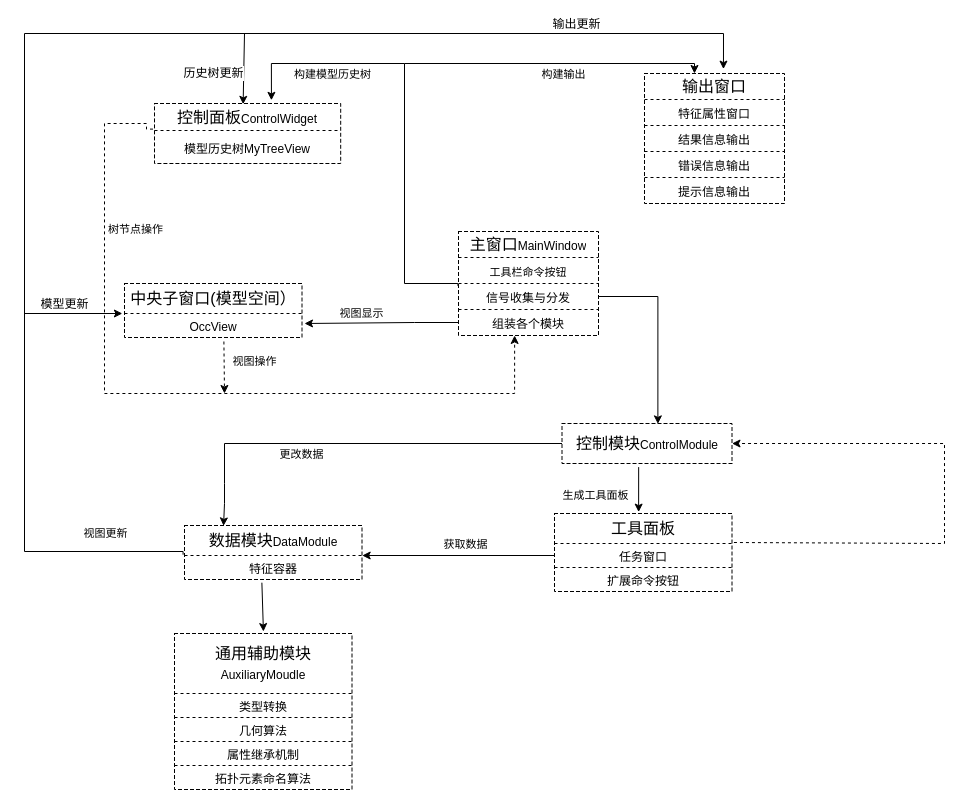
Above: mvc详解架构.drawio in liuhuliuhu123/First-test (draw.io), before the change. Source tidied: cells renumbered, new cells numbered last; positions are measured from the earlier drawing's top-left corner, leaving out a move shared by most shapes. Both pictures are drawn from the tidied source at 100%, with x=0, y=0 at pixel (24, 33).
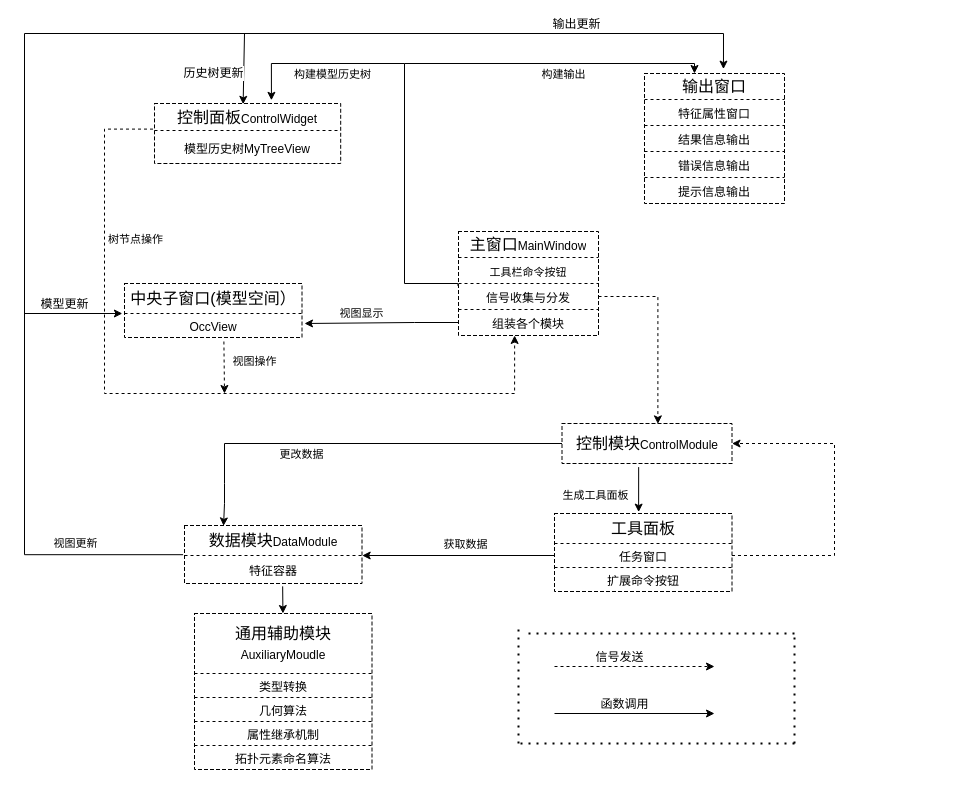
The same diagram, later.

Commit message:
更新mvc详解架构.drawio

Unchanged cells that the change refers to:
```xml
<mxCell id="29" style="shape=tableRow;horizontal=0;startSize=0;swimlaneHead=0;swimlaneBody=0;strokeColor=inherit;top=0;left=0;bottom=0;right=0;fillColor=none;points=[[0,0.5],[1,0.5]];portConstraint=eastwest;fontSize=16;" parent="28" vertex="1">
  <mxGeometry width="140" height="26" as="geometry" />
</mxCell>
<mxCell id="44" style="shape=tableRow;horizontal=0;startSize=0;swimlaneHead=0;swimlaneBody=0;strokeColor=inherit;top=0;left=0;bottom=0;right=0;fillColor=none;points=[[0,0.5],[1,0.5]];portConstraint=eastwest;fontSize=16;" parent="39" vertex="1">
  <mxGeometry y="52" width="140" height="26" as="geometry" />
</mxCell>
<mxCell id="46" style="shape=tableRow;horizontal=0;startSize=0;swimlaneHead=0;swimlaneBody=0;strokeColor=inherit;top=0;left=0;bottom=0;right=0;fillColor=none;points=[[0,0.5],[1,0.5]];portConstraint=eastwest;fontSize=16;" parent="39" vertex="1">
  <mxGeometry y="78" width="140" height="26" as="geometry" />
</mxCell>
<mxCell id="49" style="shape=tableRow;horizontal=0;startSize=0;swimlaneHead=0;swimlaneBody=0;strokeColor=inherit;top=0;left=0;bottom=0;right=0;fillColor=none;points=[[0,0.5],[1,0.5]];portConstraint=eastwest;fontSize=16;" parent="48" vertex="1">
  <mxGeometry width="177.5" height="60" as="geometry" />
</mxCell>
<mxCell id="60" style="shape=tableRow;horizontal=0;startSize=0;swimlaneHead=0;swimlaneBody=0;strokeColor=inherit;top=0;left=0;bottom=0;right=0;fillColor=none;points=[[0,0.5],[1,0.5]];portConstraint=eastwest;fontSize=16;" parent="59" vertex="1">
  <mxGeometry width="177.5" height="30" as="geometry" />
</mxCell>
<mxCell id="62" style="shape=tableRow;horizontal=0;startSize=0;swimlaneHead=0;swimlaneBody=0;strokeColor=inherit;top=0;left=0;bottom=0;right=0;fillColor=none;points=[[0,0.5],[1,0.5]];portConstraint=eastwest;fontSize=16;" parent="59" vertex="1">
  <mxGeometry y="30" width="177.5" height="24" as="geometry" />
</mxCell>
<mxCell id="74" style="shape=tableRow;horizontal=0;startSize=0;swimlaneHead=0;swimlaneBody=0;strokeColor=inherit;top=0;left=0;bottom=0;right=0;fillColor=none;points=[[0,0.5],[1,0.5]];portConstraint=eastwest;fontSize=16;" parent="71" vertex="1">
  <mxGeometry y="27" width="186.2" height="33" as="geometry" />
</mxCell>
<mxCell id="77" style="shape=tableRow;horizontal=0;startSize=0;swimlaneHead=0;swimlaneBody=0;strokeColor=inherit;top=0;left=0;bottom=0;right=0;fillColor=none;points=[[0,0.5],[1,0.5]];portConstraint=eastwest;fontSize=16;" parent="76" vertex="1">
  <mxGeometry width="177.5" height="30" as="geometry" />
</mxCell>
<mxCell id="82" style="shape=tableRow;horizontal=0;startSize=0;swimlaneHead=0;swimlaneBody=0;strokeColor=inherit;top=0;left=0;bottom=0;right=0;fillColor=none;points=[[0,0.5],[1,0.5]];portConstraint=eastwest;fontSize=16;" parent="81" vertex="1">
  <mxGeometry width="170" height="40" as="geometry" />
</mxCell>
```

The edit, as a diff of the source:
```diff
@@
-    <mxCell id="2" style="endArrow=classic;html=1;rounded=0;exitX=0.436;exitY=1.133;exitDx=0;exitDy=0;entryX=0.501;entryY=-0.033;entryDx=0;entryDy=0;entryPerimeter=0;exitPerimeter=0;" parent="1" edge="1" source="79" target="49">
-      <mxGeometry relative="1" as="geometry" />
-    </mxCell>
@@
     <mxCell id="9" style="endArrow=classic;html=1;rounded=0;edgeStyle=orthogonalEdgeStyle;dashed=1;entryX=0.401;entryY=1;entryDx=0;entryDy=0;entryPerimeter=0;exitX=-0.008;exitY=-0.042;exitDx=0;exitDy=0;exitPerimeter=0;" parent="1" edge="1" source="74" target="46">
       <mxGeometry relative="1" as="geometry">
         <Array as="points">
-          <mxPoint x="122" y="90" />
-          <mxPoint x="80" y="90" />
+          <mxPoint x="80" y="96" />
           <mxPoint x="80" y="360" />
           <mxPoint x="490" y="360" />
         </Array>
       </mxGeometry>
     </mxCell>
@@
-    <mxCell id="13" style="endArrow=classic;html=1;rounded=0;exitX=1;exitY=0.5;exitDx=0;exitDy=0;entryX=0.564;entryY=0.01;entryDx=0;entryDy=0;edgeStyle=orthogonalEdgeStyle;entryPerimeter=0;" parent="1" edge="1" source="44" target="82">
+    <mxCell id="13" style="endArrow=classic;html=1;rounded=0;exitX=1;exitY=0.5;exitDx=0;exitDy=0;entryX=0.564;entryY=0.01;entryDx=0;entryDy=0;edgeStyle=orthogonalEdgeStyle;entryPerimeter=0;dashed=1;" parent="1" edge="1" source="44" target="82">
       <mxGeometry relative="1" as="geometry" />
     </mxCell>
@@
-    <mxCell id="18" style="endArrow=classic;html=1;rounded=0;exitX=1.011;exitY=0.967;exitDx=0;exitDy=0;entryX=1;entryY=0.5;entryDx=0;entryDy=0;dashed=1;edgeStyle=orthogonalEdgeStyle;exitPerimeter=0;" parent="1" edge="1" source="60" target="82">
+    <mxCell id="18" style="endArrow=classic;html=1;rounded=0;exitX=1;exitY=0.5;exitDx=0;exitDy=0;entryX=1;entryY=0.5;entryDx=0;entryDy=0;dashed=1;edgeStyle=orthogonalEdgeStyle;" parent="1" edge="1" source="62" target="82">
       <mxGeometry relative="1" as="geometry">
         <Array as="points">
-          <mxPoint x="920" y="510" />
-          <mxPoint x="920" y="410" />
+          <mxPoint x="810" y="522" />
+          <mxPoint x="810" y="410" />
         </Array>
       </mxGeometry>
     </mxCell>
@@
     <mxCell id="21" style="endArrow=classic;html=1;rounded=0;edgeStyle=orthogonalEdgeStyle;entryX=0.564;entryY=-0.169;entryDx=0;entryDy=0;entryPerimeter=0;exitX=-0.008;exitY=0.973;exitDx=0;exitDy=0;exitPerimeter=0;" parent="1" edge="1" source="77" target="29">
       <mxGeometry relative="1" as="geometry">
         <Array as="points">
-          <mxPoint x="159" y="518" />
-          <mxPoint y="518" />
+          <mxPoint y="521" />
           <mxPoint />
           <mxPoint x="699" />
         </Array>
       </mxGeometry>
     </mxCell>
     <mxCell id="22" value="视图更新" style="edgeLabel;html=1;align=center;verticalAlign=middle;" parent="21" vertex="1">
       <mxGeometry x="-0.7" y="-4" relative="1" as="geometry">
-        <mxPoint x="76" y="32" as="offset" />
+        <mxPoint x="46" y="42" as="offset" />
       </mxGeometry>
     </mxCell>
@@
     <mxCell id="48" style="shape=table;startSize=0;childLayout=tableLayout;fontSize=16;dashed=1;" parent="1" vertex="1">
-      <mxGeometry x="150" y="600" width="177.5" height="156" as="geometry" />
+      <mxGeometry x="170" y="580" width="177.5" height="156" as="geometry" />
     </mxCell>
@@
     <mxCell id="76" style="shape=table;startSize=0;childLayout=tableLayout;fontSize=16;dashed=1;" parent="1" vertex="1">
-      <mxGeometry x="160" y="492" width="177.5" height="54" as="geometry" />
+      <mxGeometry x="160" y="492" width="177.5" height="58" as="geometry" />
     </mxCell>
@@
     <mxCell id="79" style="shape=tableRow;horizontal=0;startSize=0;swimlaneHead=0;swimlaneBody=0;strokeColor=inherit;top=0;left=0;bottom=0;right=0;fillColor=none;points=[[0,0.5],[1,0.5]];portConstraint=eastwest;fontSize=16;" parent="76" vertex="1">
-      <mxGeometry y="30" width="177.5" height="24" as="geometry" />
+      <mxGeometry y="30" width="177.5" height="28" as="geometry" />
     </mxCell>
     <mxCell id="80" value="&lt;font style=&quot;font-size: 12px;&quot;&gt;特征容器&lt;/font&gt;" style="shape=partialRectangle;html=1;whiteSpace=wrap;strokeColor=inherit;overflow=hidden;fillColor=none;top=0;left=0;bottom=0;right=0;fontSize=16;" parent="79" vertex="1">
-      <mxGeometry width="178" height="24" as="geometry" />
+      <mxGeometry width="178" height="28" as="geometry" />
     </mxCell>
@@
+    <mxCell id="84" style="endArrow=classic;html=1;rounded=0;fontSize=12;dashed=1;" parent="1" edge="1">
+      <mxGeometry relative="1" as="geometry">
+        <mxPoint x="530" y="633" as="sourcePoint" />
+        <mxPoint x="690" y="633" as="targetPoint" />
+      </mxGeometry>
+    </mxCell>
+    <mxCell id="85" value="信号发送" style="edgeLabel;html=1;align=center;verticalAlign=middle;fontSize=12;" parent="84" vertex="1">
+      <mxGeometry x="-0.21" y="4" relative="1" as="geometry">
+        <mxPoint x="1" y="-6" as="offset" />
+      </mxGeometry>
+    </mxCell>
+    <mxCell id="86" style="endArrow=classic;html=1;rounded=0;fontSize=12;" parent="1" edge="1">
+      <mxGeometry relative="1" as="geometry">
+        <mxPoint x="530" y="680" as="sourcePoint" />
+        <mxPoint x="690" y="680" as="targetPoint" />
+      </mxGeometry>
+    </mxCell>
+    <mxCell id="87" value="函数调用" style="edgeLabel;html=1;align=center;verticalAlign=middle;fontSize=12;" parent="86" vertex="1">
+      <mxGeometry x="-0.22" y="3" relative="1" as="geometry">
+        <mxPoint x="7" y="-7" as="offset" />
+      </mxGeometry>
+    </mxCell>
+    <mxCell id="88" style="endArrow=none;dashed=1;html=1;dashPattern=1 3;strokeWidth=2;rounded=0;fontSize=12;entryX=0;entryY=0.5;entryDx=0;entryDy=0;entryPerimeter=0;" parent="1" edge="1">
+      <mxGeometry relative="1" as="geometry">
+        <mxPoint x="494" y="710" as="sourcePoint" />
+        <mxPoint x="494" y="595" as="targetPoint" />
+      </mxGeometry>
+    </mxCell>
+    <mxCell id="89" style="endArrow=none;dashed=1;html=1;dashPattern=1 3;strokeWidth=2;rounded=0;fontSize=12;" parent="1" edge="1">
+      <mxGeometry relative="1" as="geometry">
+        <mxPoint x="770" y="710" as="sourcePoint" />
+        <mxPoint x="490" y="710" as="targetPoint" />
+      </mxGeometry>
+    </mxCell>
+    <mxCell id="90" style="endArrow=none;dashed=1;html=1;dashPattern=1 3;strokeWidth=2;rounded=0;fontSize=12;" parent="1" edge="1">
+      <mxGeometry relative="1" as="geometry">
+        <mxPoint x="770" y="710" as="sourcePoint" />
+        <mxPoint x="770" y="600" as="targetPoint" />
+      </mxGeometry>
+    </mxCell>
+    <mxCell id="91" style="endArrow=none;dashed=1;html=1;dashPattern=1 3;strokeWidth=2;rounded=0;fontSize=12;" parent="1" edge="1">
+      <mxGeometry relative="1" as="geometry">
+        <mxPoint x="770" y="600" as="sourcePoint" />
+        <mxPoint x="500" y="600" as="targetPoint" />
+      </mxGeometry>
+    </mxCell>
+    <mxCell id="2" style="endArrow=classic;html=1;rounded=0;fontSize=12;exitX=0.553;exitY=1.102;exitDx=0;exitDy=0;exitPerimeter=0;" parent="1" edge="1" source="79" target="49">
+      <mxGeometry relative="1" as="geometry" />
+    </mxCell>
```
